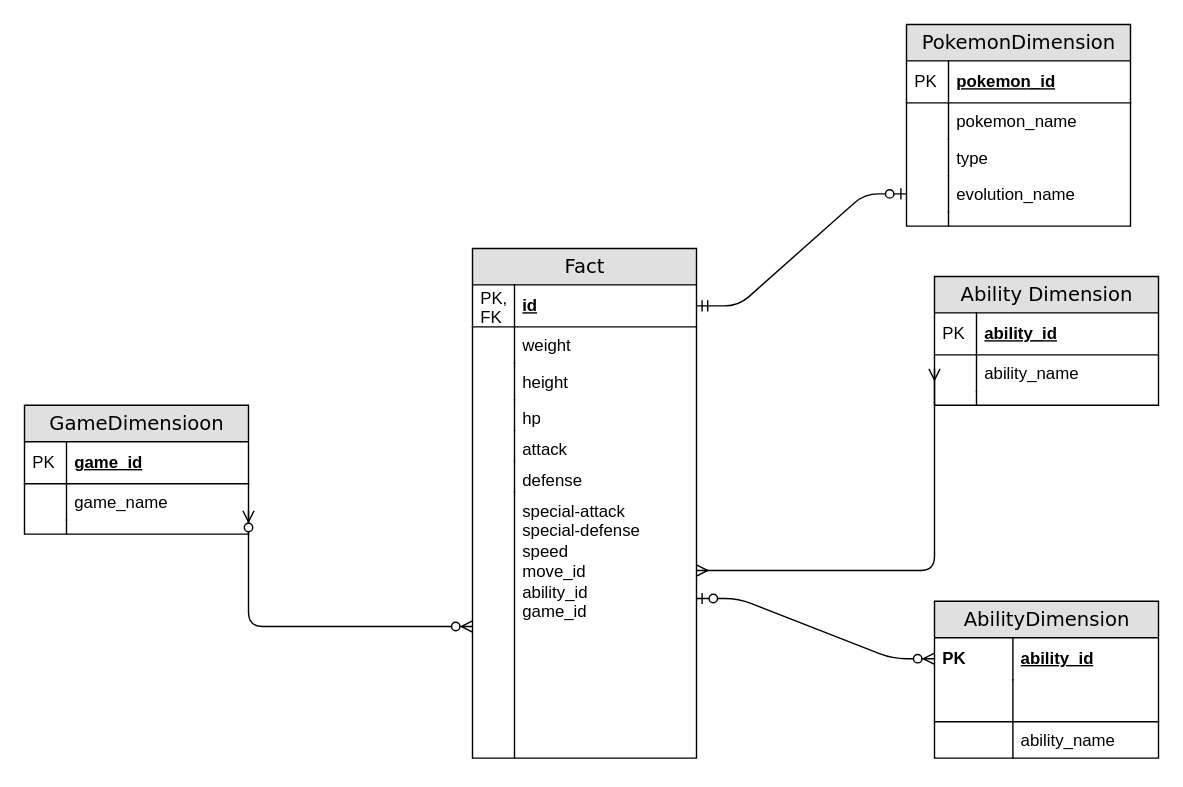
imranmahmood-mba/pokemon_spark_project keeps this draw.io diagram as Untitled Diagram.drawio. Above is the earlier version. Source tidied: cells renumbered, new cells numbered last; positions are measured from the earlier drawing's top-left corner, leaving out a move shared by most shapes. Both pictures are drawn from the tidied source at 140%, with x=0, y=0 at pixel (24, 24).
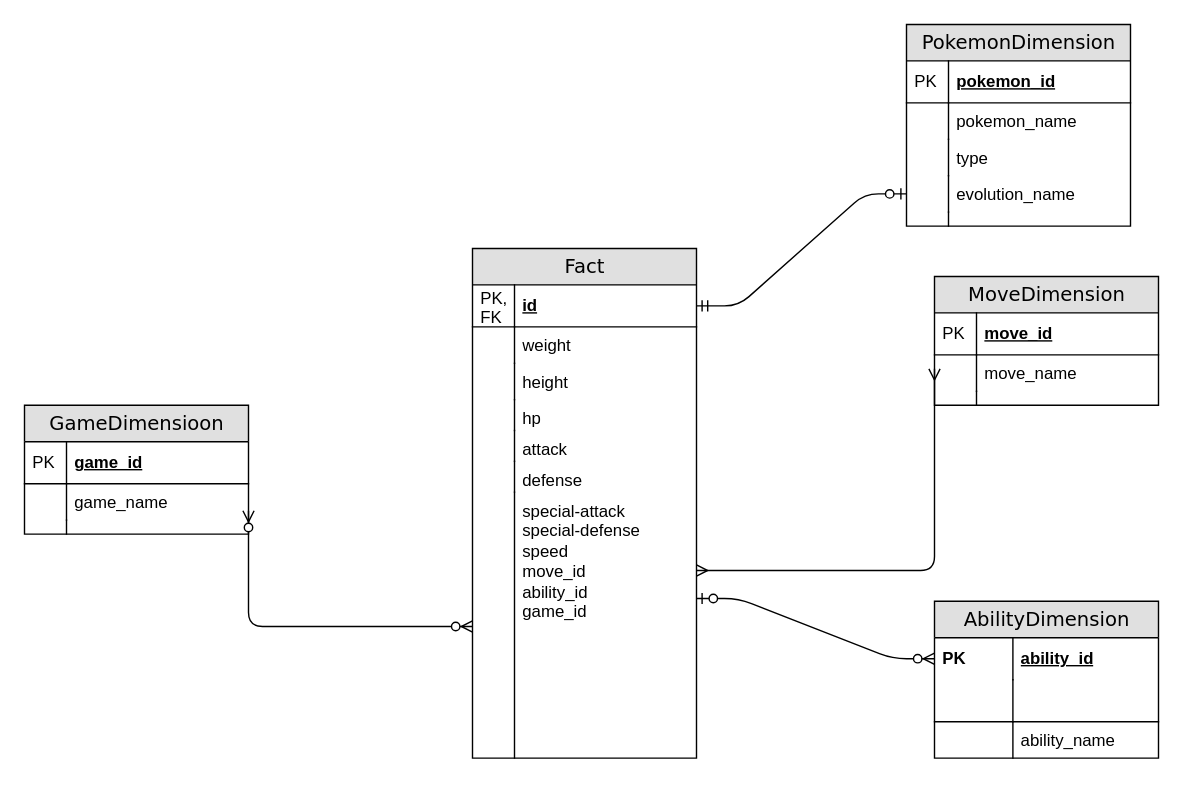
The same diagram, later.

Commit message:
replaced duplicate ability dimension with move dimension

Change to the diagram source:
```diff
@@
-    <mxCell id="2" value="Ability Dimension" style="swimlane;html=1;fontStyle=0;horizontal=1;startSize=26;fillColor=#e0e0e0;swimlaneFillColor=#ffffff;align=center;rounded=0;shadow=0;comic=0;labelBackgroundColor=none;strokeWidth=1;fontFamily=Verdana;fontSize=14;swimlaneLine=1;" parent="1" vertex="1">
+    <mxCell id="2" value="MoveDimension" style="swimlane;html=1;fontStyle=0;horizontal=1;startSize=26;fillColor=#e0e0e0;swimlaneFillColor=#ffffff;align=center;rounded=0;shadow=0;comic=0;labelBackgroundColor=none;strokeWidth=1;fontFamily=Verdana;fontSize=14;swimlaneLine=1;" parent="1" vertex="1">
       <mxGeometry x="650" y="180" width="160" height="92" as="geometry" />
     </mxCell>
-    <mxCell id="3" value="ability_id" style="shape=partialRectangle;top=0;left=0;right=0;bottom=1;html=1;align=left;verticalAlign=middle;fillColor=none;spacingLeft=34;spacingRight=4;whiteSpace=wrap;overflow=hidden;fontStyle=5;" parent="2" vertex="1">
+    <mxCell id="3" value="move_id" style="shape=partialRectangle;top=0;left=0;right=0;bottom=1;html=1;align=left;verticalAlign=middle;fillColor=none;spacingLeft=34;spacingRight=4;whiteSpace=wrap;overflow=hidden;fontStyle=5;" parent="2" vertex="1">
       <mxGeometry y="26" width="160" height="30" as="geometry" />
     </mxCell>
@@
-    <mxCell id="5" value="ability_name" style="shape=partialRectangle;top=0;left=0;right=0;bottom=0;html=1;align=left;verticalAlign=top;fillColor=none;spacingLeft=34;spacingRight=4;whiteSpace=wrap;overflow=hidden;points=[[0,0.5],[1,0.5]];portConstraint=eastwest;" parent="2" vertex="1">
+    <mxCell id="5" value="move_name" style="shape=partialRectangle;top=0;left=0;right=0;bottom=0;html=1;align=left;verticalAlign=top;fillColor=none;spacingLeft=34;spacingRight=4;whiteSpace=wrap;overflow=hidden;points=[[0,0.5],[1,0.5]];portConstraint=eastwest;" parent="2" vertex="1">
       <mxGeometry y="56" width="160" height="26" as="geometry" />
     </mxCell>
```
